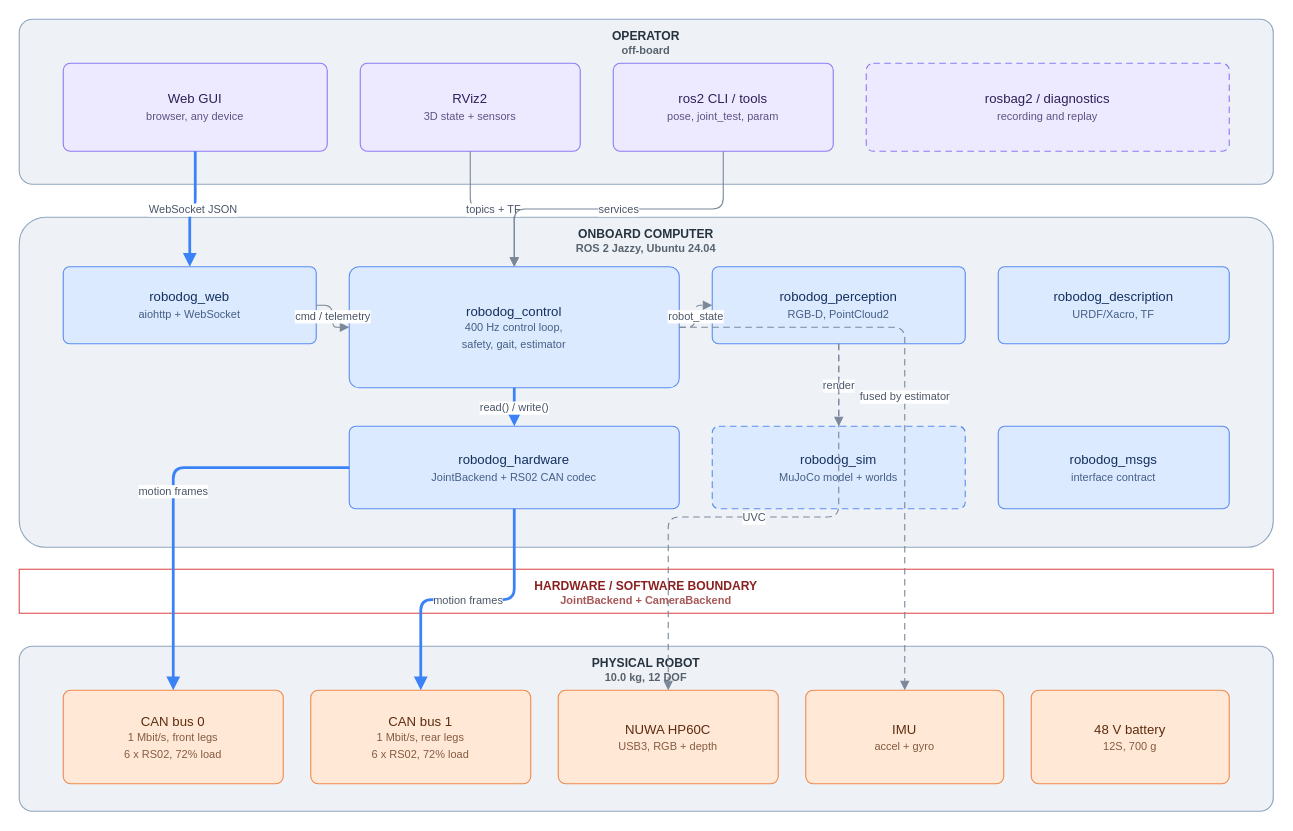
Before: docs/diagrams/system_architecture.drawio in farouk15160/robodog, a draw.io diagram. Source tidied: cells renumbered, new cells numbered last; positions are measured from the earlier drawing's top-left corner, leaving out a move shared by most shapes. Both pictures are drawn from the tidied source at 110%, with x=0, y=0 at pixel (19, 19).
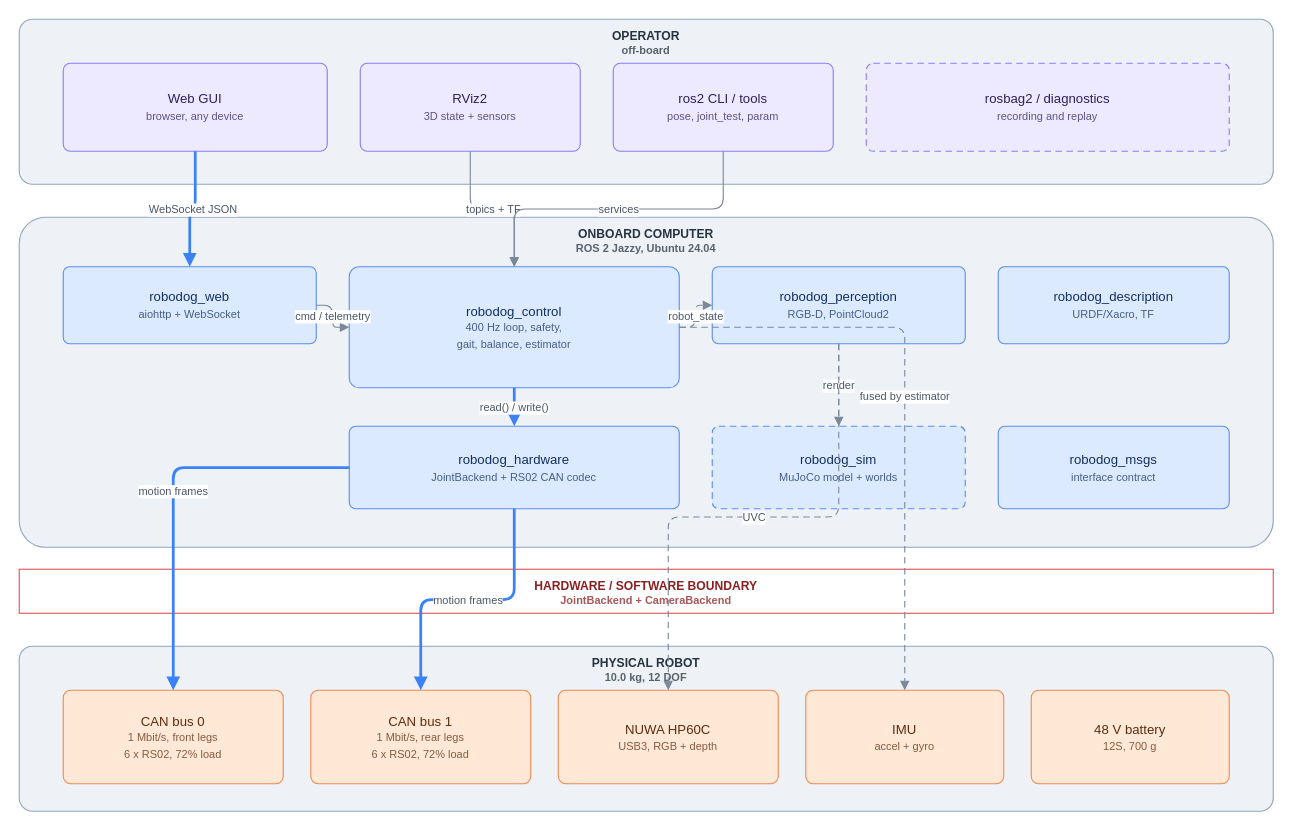
The same page after the edit.

Change to the diagram source:
```diff
@@
-    <mxCell id="11" value="robodog_control&lt;br/&gt;&lt;font style='font-size:10px;opacity:0.75'&gt;400 Hz control loop,&#10;safety, gait, estimator&lt;/font&gt;" style="rounded=1;whiteSpace=wrap;html=1;fillColor=#dbeafe;strokeColor=#5b8def;fontColor=#14305e;fontFamily=Helvetica;fontSize=12;arcSize=8;verticalAlign=middle;align=center;spacing=4;" parent="1" vertex="1">
+    <mxCell id="11" value="robodog_control&lt;br/&gt;&lt;font style='font-size:10px;opacity:0.75'&gt;400 Hz loop, safety,&#10;gait, balance, estimator&lt;/font&gt;" style="rounded=1;whiteSpace=wrap;html=1;fillColor=#dbeafe;strokeColor=#5b8def;fontColor=#14305e;fontFamily=Helvetica;fontSize=12;arcSize=8;verticalAlign=middle;align=center;spacing=4;" parent="1" vertex="1">
       <mxGeometry x="300" y="225" width="300" height="110" as="geometry" />
     </mxCell>
```
